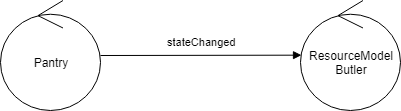
Before: Relazioni/images/analisi/PantryModelButlerArchitecture.png, a diagram exported from draw.io (xAlessandroC/iss2019TemaFinale). Source tidied: cells renumbered, new cells last; positions are measured from the earlier drawing's top-left corner, leaving out a move shared by most shapes. Source of this version:
```xml
<mxGraphModel>
  <root>
    <mxCell id="0" />
    <mxCell id="1" parent="0" />
    <mxCell id="2" value="Pantry" style="ellipse;shape=umlControl;whiteSpace=wrap;html=1;" parent="1" vertex="1">
      <mxGeometry width="100" height="110" as="geometry" />
    </mxCell>
    <mxCell id="3" value="ResourceModel&lt;br&gt;Butler" style="ellipse;shape=umlControl;whiteSpace=wrap;html=1;" parent="1" vertex="1">
      <mxGeometry x="300" width="100" height="110" as="geometry" />
    </mxCell>
    <mxCell id="4" value="stateChanged" style="html=1;verticalAlign=bottom;endArrow=block;entryX=0.01;entryY=0.497;entryDx=0;entryDy=0;entryPerimeter=0;" parent="1" edge="1" source="2" target="3">
      <mxGeometry x="0.02" y="5" relative="1" as="geometry" />
    </mxCell>
  </root>
</mxGraphModel>
```
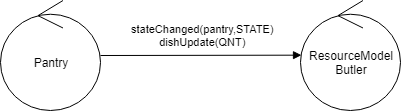
Above is the later version.

Change to the diagram source:
```diff
@@ -8,7 +8,7 @@
     <mxCell id="3" value="ResourceModel&lt;br&gt;Butler" style="ellipse;shape=umlControl;whiteSpace=wrap;html=1;" parent="1" vertex="1">
       <mxGeometry x="300" width="100" height="110" as="geometry" />
     </mxCell>
-    <mxCell id="4" value="stateChanged" style="html=1;verticalAlign=bottom;endArrow=block;entryX=0.01;entryY=0.497;entryDx=0;entryDy=0;entryPerimeter=0;" parent="1" edge="1" source="2" target="3">
+    <mxCell id="4" value="stateChanged(pantry,STATE)&lt;br&gt;dishUpdate(QNT)" style="html=1;verticalAlign=bottom;endArrow=block;entryX=0.01;entryY=0.497;entryDx=0;entryDy=0;entryPerimeter=0;" parent="1" edge="1" source="2" target="3">
       <mxGeometry x="0.02" y="5" relative="1" as="geometry" />
     </mxCell>
   </root>
```
